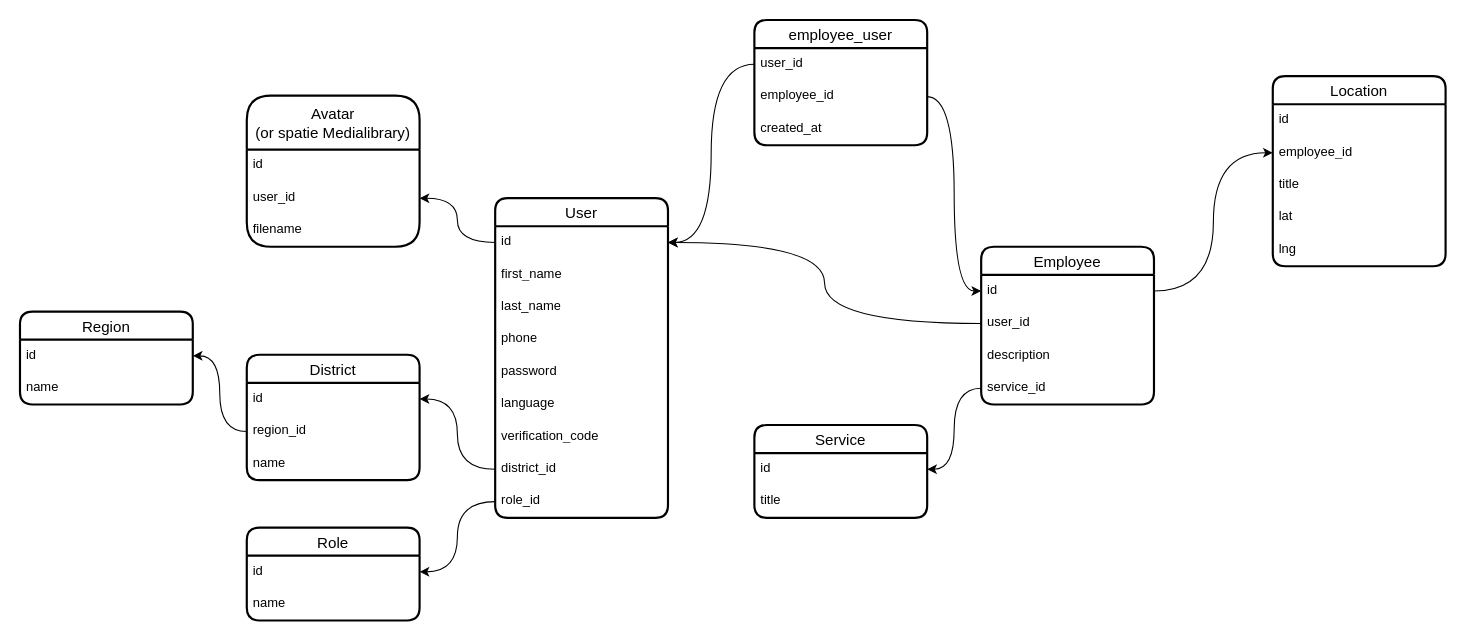
Earlier version of the draw.io diagram karsoft-worker.drawio (iztileuoff/databases). Source tidied: cells renumbered, new cells numbered last; positions are measured from the earlier drawing's top-left corner, leaving out a move shared by most shapes. Both pictures are drawn from the tidied source at 108%, with x=0, y=0 at pixel (19, 19).
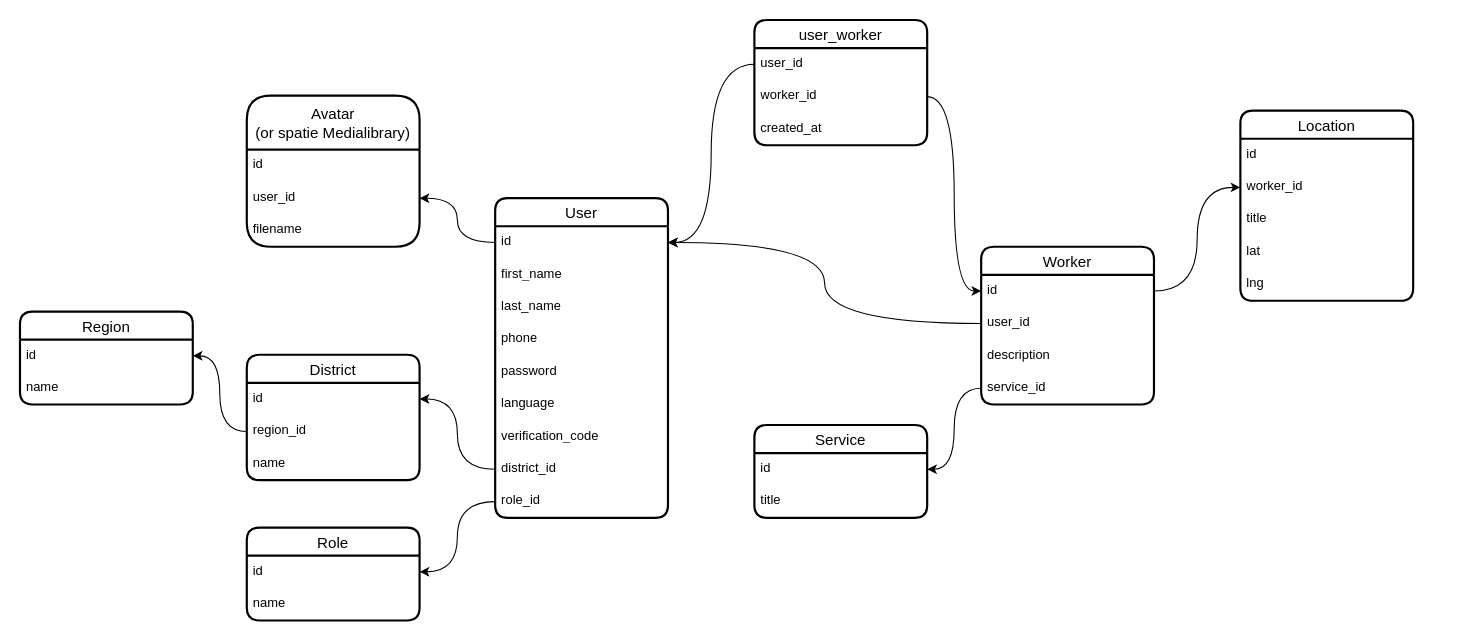
The same diagram, later.

Diff of the diagram source:
```diff
@@
     <mxCell id="28" value="Location" style="swimlane;fontStyle=0;horizontal=1;startSize=26;align=center;fontSize=14;strokeWidth=2;rounded=1;shadow=0;glass=0;swimlaneLine=1;" parent="1" vertex="1">
-      <mxGeometry x="1160" y="52" width="160" height="176" as="geometry" />
+      <mxGeometry x="1130" y="84" width="160" height="176" as="geometry" />
     </mxCell>
@@
-    <mxCell id="30" value="employee_id" style="text;strokeColor=none;fillColor=none;spacingLeft=4;spacingRight=4;overflow=hidden;points=[[0,0.5],[1,0.5]];portConstraint=eastwest;fontSize=12;whiteSpace=wrap;html=1;" parent="28" vertex="1">
+    <mxCell id="30" value="worker_id" style="text;strokeColor=none;fillColor=none;spacingLeft=4;spacingRight=4;overflow=hidden;points=[[0,0.5],[1,0.5]];portConstraint=eastwest;fontSize=12;whiteSpace=wrap;html=1;" parent="28" vertex="1">
       <mxGeometry y="56" width="160" height="30" as="geometry" />
     </mxCell>
@@
-    <mxCell id="34" value="employee_user" style="swimlane;fontStyle=0;horizontal=1;startSize=26;align=center;fontSize=14;strokeWidth=2;rounded=1;shadow=0;glass=0;swimlaneLine=1;" parent="1" vertex="1">
+    <mxCell id="34" value="user_worker" style="swimlane;fontStyle=0;horizontal=1;startSize=26;align=center;fontSize=14;strokeWidth=2;rounded=1;shadow=0;glass=0;swimlaneLine=1;" parent="1" vertex="1">
       <mxGeometry x="680" width="160" height="116" as="geometry" />
     </mxCell>
@@
-    <mxCell id="36" value="employee_id" style="text;strokeColor=none;fillColor=none;spacingLeft=4;spacingRight=4;overflow=hidden;points=[[0,0.5],[1,0.5]];portConstraint=eastwest;fontSize=12;whiteSpace=wrap;html=1;" parent="34" vertex="1">
+    <mxCell id="36" value="worker_id" style="text;strokeColor=none;fillColor=none;spacingLeft=4;spacingRight=4;overflow=hidden;points=[[0,0.5],[1,0.5]];portConstraint=eastwest;fontSize=12;whiteSpace=wrap;html=1;" parent="34" vertex="1">
       <mxGeometry y="56" width="160" height="30" as="geometry" />
     </mxCell>
@@
-    <mxCell id="39" value="Employee" style="swimlane;fontStyle=0;horizontal=1;startSize=26;align=center;fontSize=14;strokeWidth=2;rounded=1;shadow=0;glass=0;swimlaneLine=1;" parent="1" vertex="1">
+    <mxCell id="39" value="Worker" style="swimlane;fontStyle=0;horizontal=1;startSize=26;align=center;fontSize=14;strokeWidth=2;rounded=1;shadow=0;glass=0;swimlaneLine=1;" parent="1" vertex="1">
       <mxGeometry x="890" y="210" width="160" height="146" as="geometry" />
     </mxCell>
```
